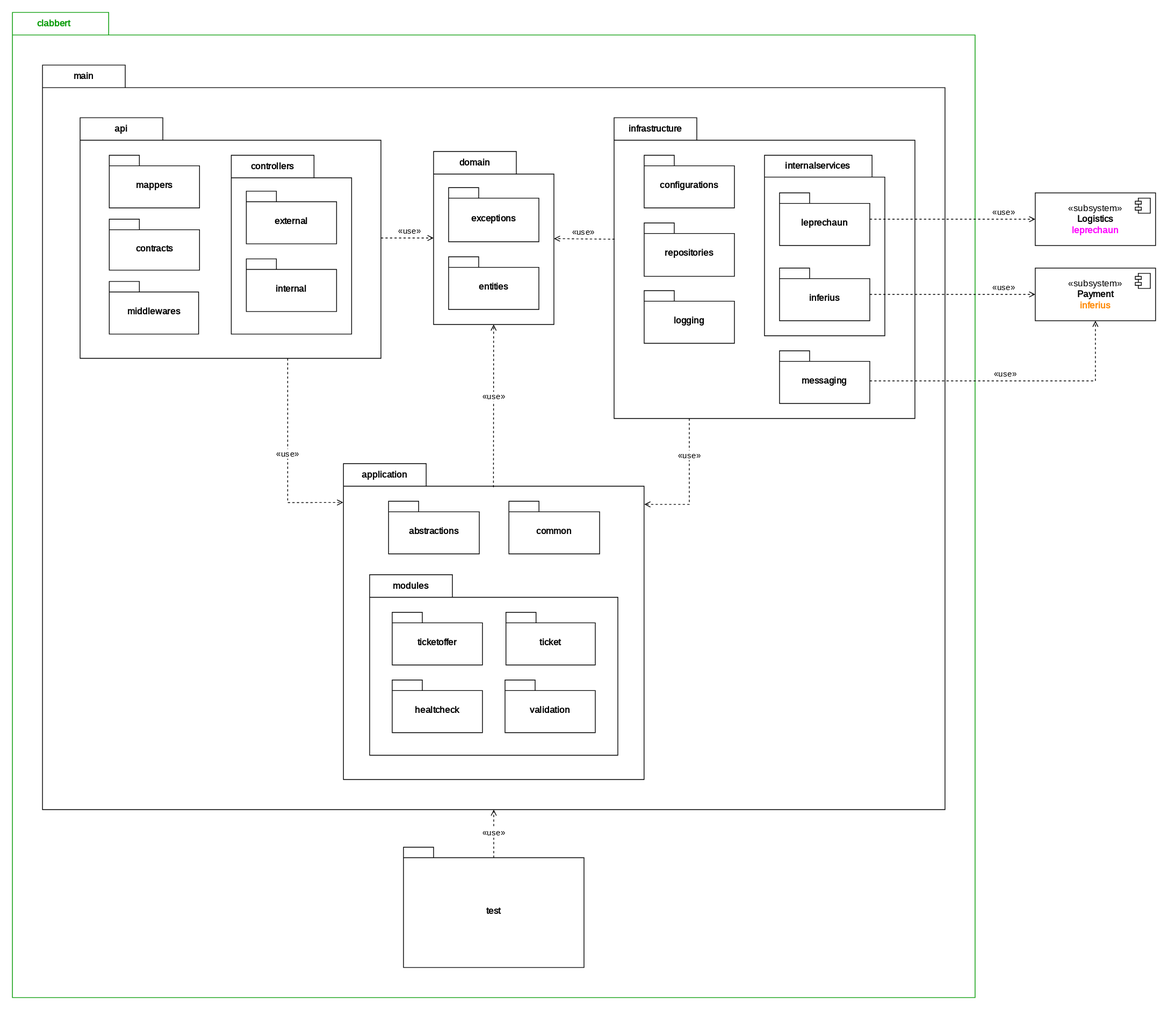
Earlier version of the draw.io export documentation/course/e2/images/package-diagram-clabbert.drawio.svg (PWR-ACS-SE-24/SoftwareSystemDesign). Source tidied: cells renumbered, new cells last; positions are measured from the earlier drawing's top-left corner, leaving out a move shared by most shapes.
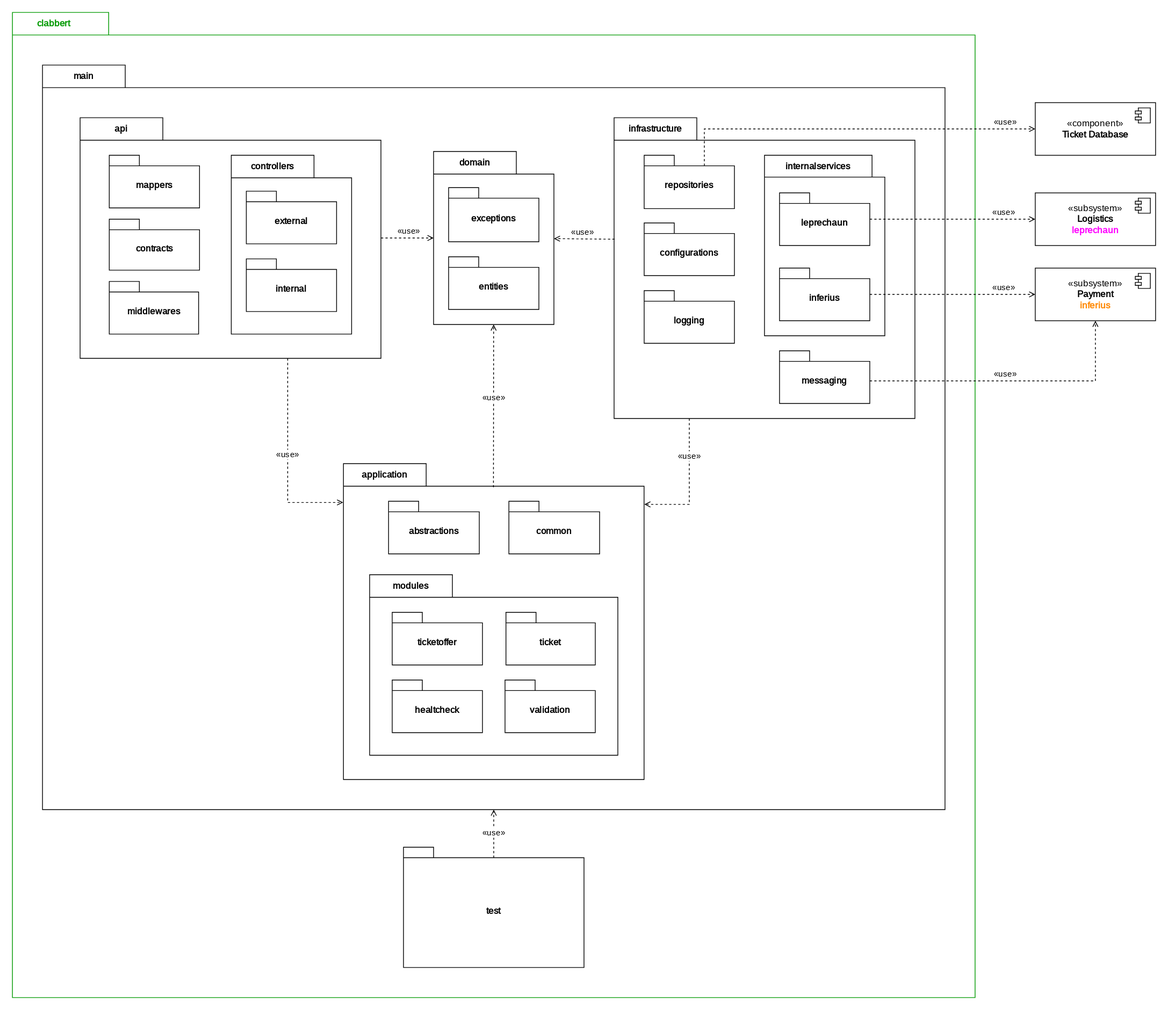
After the change.

Commit message:
improve diagram

Change to the diagram source:
```diff
@@ -61,10 +61,10 @@
       <mxGeometry x="220" y="310" width="120" height="70" as="geometry" />
     </mxCell>
     <mxCell id="18" value="configurations" style="shape=folder;fontStyle=1;spacingTop=10;tabWidth=40;tabHeight=14;tabPosition=left;html=1;whiteSpace=wrap;fontFamily=JetBrains Mono;fontSource=https%3A%2F%2Ffonts.googleapis.com%2Fcss%3Ffamily%3DJetBrains%2BMono;" parent="11" vertex="1">
-      <mxGeometry x="40" y="50" width="120" height="70" as="geometry" />
+      <mxGeometry x="40" y="140" width="120" height="70" as="geometry" />
     </mxCell>
     <mxCell id="19" value="repositories" style="shape=folder;fontStyle=1;spacingTop=10;tabWidth=40;tabHeight=14;tabPosition=left;html=1;whiteSpace=wrap;fontFamily=JetBrains Mono;fontSource=https%3A%2F%2Ffonts.googleapis.com%2Fcss%3Ffamily%3DJetBrains%2BMono;" parent="11" vertex="1">
-      <mxGeometry x="40" y="140" width="120" height="70.9" as="geometry" />
+      <mxGeometry x="40" y="50" width="120" height="70.9" as="geometry" />
     </mxCell>
     <mxCell id="20" value="logging" style="shape=folder;fontStyle=1;spacingTop=10;tabWidth=40;tabHeight=14;tabPosition=left;html=1;whiteSpace=wrap;fontFamily=JetBrains Mono;fontSource=https%3A%2F%2Ffonts.googleapis.com%2Fcss%3Ffamily%3DJetBrains%2BMono;" parent="11" vertex="1">
       <mxGeometry x="40" y="230" width="120" height="70" as="geometry" />
@@ -209,5 +209,23 @@
     <mxCell id="61" style="html=1;align=center;verticalAlign=top;labelBackgroundColor=none;fontFamily=JetBrains Mono;fontSource=https%3A%2F%2Ffonts.googleapis.com%2Fcss%3Ffamily%3DJetBrains%2BMono;" parent="60" vertex="1">
       <mxGeometry relative="1" as="geometry" />
     </mxCell>
+    <mxCell id="62" value="«component»&lt;br&gt;&lt;b&gt;Ticket Database&lt;/b&gt;" style="html=1;whiteSpace=wrap;fontFamily=JetBrains Mono;fontSource=https%3A%2F%2Ffonts.googleapis.com%2Fcss%3Ffamily%3DJetBrains%2BMono;" parent="1" vertex="1">
+      <mxGeometry x="1360" y="120" width="160" height="70" as="geometry" />
+    </mxCell>
+    <mxCell id="63" style="shape=module;jettyWidth=8;jettyHeight=4;fontFamily=JetBrains Mono;fontSource=https%3A%2F%2Ffonts.googleapis.com%2Fcss%3Ffamily%3DJetBrains%2BMono;" parent="62" vertex="1">
+      <mxGeometry x="1" width="20" height="20" relative="1" as="geometry">
+        <mxPoint x="-27" y="7" as="offset" />
+      </mxGeometry>
+    </mxCell>
+    <mxCell id="64" value="«use»" style="endArrow=open;html=1;rounded=0;align=center;verticalAlign=bottom;dashed=1;endFill=0;labelBackgroundColor=none;fontFamily=JetBrains Mono;fontSource=https%3A%2F%2Ffonts.googleapis.com%2Fcss%3Ffamily%3DJetBrains%2BMono;exitX=0;exitY=0;exitDx=80;exitDy=14;exitPerimeter=0;edgeStyle=orthogonalEdgeStyle;entryX=0;entryY=0.5;entryDx=0;entryDy=0;" parent="1" edge="1" source="19" target="62">
+      <mxGeometry x="0.84" relative="1" as="geometry">
+        <Array as="points">
+          <mxPoint x="920" y="155" />
+        </Array>
+      </mxGeometry>
+    </mxCell>
+    <mxCell id="65" style="html=1;align=center;verticalAlign=top;labelBackgroundColor=none;fontFamily=JetBrains Mono;fontSource=https%3A%2F%2Ffonts.googleapis.com%2Fcss%3Ffamily%3DJetBrains%2BMono;" parent="64" vertex="1">
+      <mxGeometry relative="1" as="geometry" />
+    </mxCell>
   </root>
 </mxGraphModel>
```
